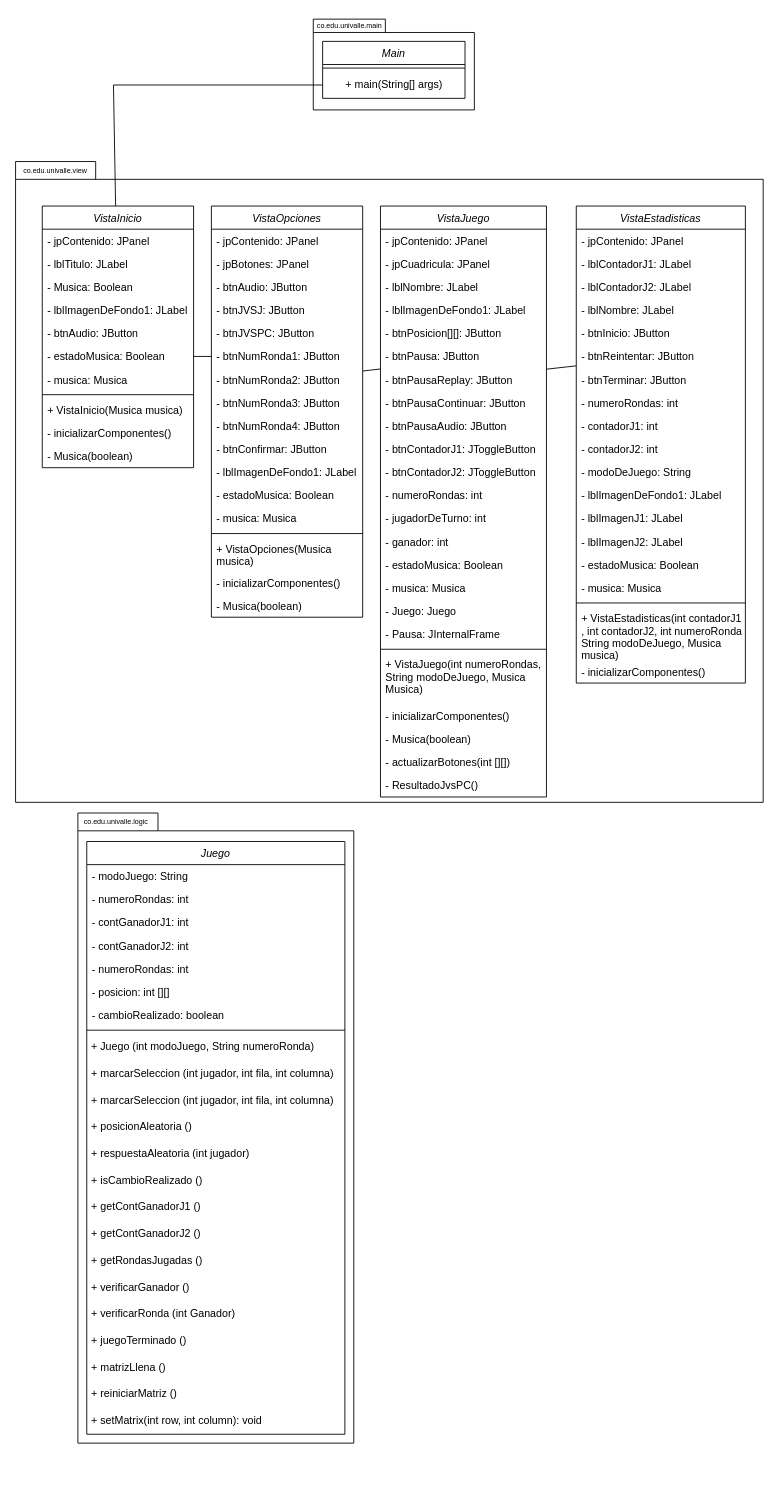
Earlier version of the draw.io diagram Class Diagram - MiniProyecto2FPOE.drawio (puyojulian/MiniProyecto2FPOE). Source tidied: cells renumbered, new cells numbered last; positions are measured from the earlier drawing's top-left corner, leaving out a move shared by most shapes. Both pictures are drawn from the tidied source at 89%, with x=0, y=0 at pixel (15, 15).
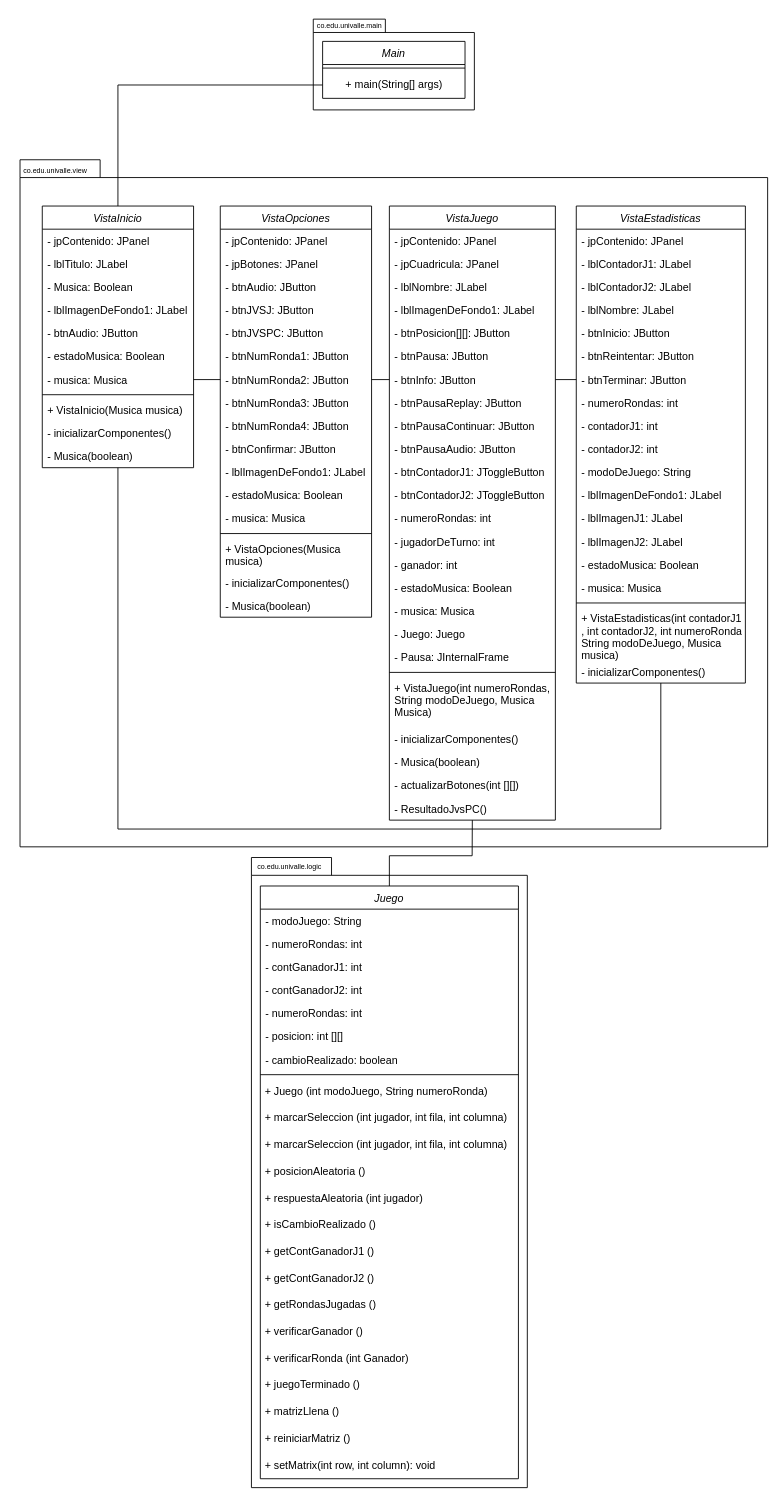
The same page after the edit.

Commit message:
btnInfo Agregado, conexión entre clases especificada.

The change refers to these unchanged cells:
```xml
<mxCell id="7" value="+ main(String[] args)" style="text;html=1;align=center;verticalAlign=middle;points=[];strokeColor=none;fillColor=none;" parent="5" vertex="1">
  <mxGeometry y="34" width="160" height="30" as="geometry" />
</mxCell>
<mxCell id="14" value="- btnNumRonda1: JButton" style="text;align=left;verticalAlign=top;spacingLeft=4;spacingRight=4;overflow=hidden;points=[[0,0.5],[1,0.5]];portConstraint=eastwest;rounded=0;shadow=0;html=0;" parent="8" vertex="1">
  <mxGeometry y="156" width="170" height="26" as="geometry" />
</mxCell>
<mxCell id="15" value="- btnNumRonda2: JButton" style="text;align=left;verticalAlign=top;spacingLeft=4;spacingRight=4;overflow=hidden;points=[[0,0.5],[1,0.5]];portConstraint=eastwest;rounded=0;shadow=0;html=0;" parent="8" vertex="1">
  <mxGeometry y="182" width="170" height="26" as="geometry" />
</mxCell>
<mxCell id="50" value="VistaInicio" style="swimlane;fontStyle=2;align=center;verticalAlign=top;horizontal=1;startSize=26;rounded=0;shadow=0;strokeWidth=1;" parent="1" vertex="1">
  <mxGeometry x="30" y="214" width="170" height="294" as="geometry" />
</mxCell>
<mxCell id="56" value="- estadoMusica: Boolean" style="text;align=left;verticalAlign=top;spacingLeft=4;spacingRight=4;overflow=hidden;points=[[0,0.5],[1,0.5]];portConstraint=eastwest;rounded=0;shadow=0;html=0;" parent="50" vertex="1">
  <mxGeometry y="156" width="170" height="26" as="geometry" />
</mxCell>
<mxCell id="57" value="- musica: Musica" style="text;align=left;verticalAlign=top;spacingLeft=4;spacingRight=4;overflow=hidden;points=[[0,0.5],[1,0.5]];portConstraint=eastwest;rounded=0;shadow=0;html=0;" parent="50" vertex="1">
  <mxGeometry y="182" width="170" height="26" as="geometry" />
</mxCell>
<mxCell id="61" value="- Musica(boolean)" style="text;align=left;verticalAlign=top;spacingLeft=4;spacingRight=4;overflow=hidden;points=[[0,0.5],[1,0.5]];portConstraint=eastwest;" parent="50" vertex="1">
  <mxGeometry y="268" width="170" height="26" as="geometry" />
</mxCell>
<mxCell id="98" value="- btnReintentar: JButton" style="text;align=left;verticalAlign=top;spacingLeft=4;spacingRight=4;overflow=hidden;points=[[0,0.5],[1,0.5]];portConstraint=eastwest;rounded=0;shadow=0;html=0;" parent="92" vertex="1">
  <mxGeometry y="156" width="190" height="26" as="geometry" />
</mxCell>
<mxCell id="99" value="- btnTerminar: JButton" style="text;align=left;verticalAlign=top;spacingLeft=4;spacingRight=4;overflow=hidden;points=[[0,0.5],[1,0.5]];portConstraint=eastwest;rounded=0;shadow=0;html=0;" parent="92" vertex="1">
  <mxGeometry y="182" width="190" height="26" as="geometry" />
</mxCell>
<mxCell id="111" value="- inicializarComponentes()" style="text;align=left;verticalAlign=top;spacingLeft=4;spacingRight=4;overflow=hidden;points=[[0,0.5],[1,0.5]];portConstraint=eastwest;" parent="92" vertex="1">
  <mxGeometry y="510" width="190" height="26" as="geometry" />
</mxCell>
```

Diff of the diagram source:
```diff
@@
     <mxCell id="3" style="shape=folder;fontStyle=1;spacingTop=10;tabWidth=90;tabHeight=20;tabPosition=left;html=1;whiteSpace=wrap;" parent="1" vertex="1">
-      <mxGeometry x="70" y="896" width="310" height="708" as="geometry" />
+      <mxGeometry x="265" y="946" width="310" height="708" as="geometry" />
     </mxCell>
     <mxCell id="4" style="shape=folder;fontStyle=1;spacingTop=10;tabWidth=90;tabHeight=20;tabPosition=left;html=1;whiteSpace=wrap;" parent="1" vertex="1">
-      <mxGeometry y="164" width="840" height="720" as="geometry" />
+      <mxGeometry x="5" y="162" width="840" height="772" as="geometry" />
     </mxCell>
@@
     <mxCell id="8" value="VistaOpciones" style="swimlane;fontStyle=2;align=center;verticalAlign=top;horizontal=1;startSize=26;rounded=0;shadow=0;strokeWidth=1;" parent="1" vertex="1">
-      <mxGeometry x="220" y="214" width="170" height="462" as="geometry" />
+      <mxGeometry x="230" y="214" width="170" height="462" as="geometry" />
     </mxCell>
@@
     <mxCell id="26" value="Juego" style="swimlane;fontStyle=2;align=center;verticalAlign=top;horizontal=1;startSize=26;rounded=0;shadow=0;strokeWidth=1;" parent="1" vertex="1">
-      <mxGeometry x="80" y="928" width="290" height="666" as="geometry" />
+      <mxGeometry x="275" y="978" width="290" height="666" as="geometry" />
     </mxCell>
@@
     <mxCell id="62" value="VistaJuego" style="swimlane;fontStyle=2;align=center;verticalAlign=top;horizontal=1;startSize=26;rounded=0;shadow=0;strokeWidth=1;" parent="1" vertex="1">
-      <mxGeometry x="410" y="214" width="186.5" height="664" as="geometry" />
+      <mxGeometry x="420" y="214" width="186.5" height="690" as="geometry" />
     </mxCell>
@@
+    <mxCell id="115" value="- btnInfo: JButton" style="text;align=left;verticalAlign=top;spacingLeft=4;spacingRight=4;overflow=hidden;points=[[0,0.5],[1,0.5]];portConstraint=eastwest;rounded=0;shadow=0;html=0;" parent="62" vertex="1">
+      <mxGeometry y="182" width="186.5" height="26" as="geometry" />
+    </mxCell>
     <mxCell id="69" value="- btnPausaReplay: JButton" style="text;align=left;verticalAlign=top;spacingLeft=4;spacingRight=4;overflow=hidden;rounded=0;shadow=0;html=0;" parent="62" vertex="1">
-      <mxGeometry y="182" width="186.5" height="26" as="geometry" />
+      <mxGeometry y="208" width="186.5" height="26" as="geometry" />
     </mxCell>
     <mxCell id="70" value="- btnPausaContinuar: JButton" style="text;align=left;verticalAlign=top;spacingLeft=4;spacingRight=4;overflow=hidden;rounded=0;shadow=0;html=0;" parent="62" vertex="1">
-      <mxGeometry y="208" width="186.5" height="26" as="geometry" />
+      <mxGeometry y="234" width="186.5" height="26" as="geometry" />
     </mxCell>
     <mxCell id="71" value="- btnPausaAudio: JButton" style="text;align=left;verticalAlign=top;spacingLeft=4;spacingRight=4;overflow=hidden;rounded=0;shadow=0;html=0;" parent="62" vertex="1">
-      <mxGeometry y="234" width="186.5" height="26" as="geometry" />
+      <mxGeometry y="260" width="186.5" height="26" as="geometry" />
     </mxCell>
     <mxCell id="72" value="- btnContadorJ1: JToggleButton" style="text;align=left;verticalAlign=top;spacingLeft=4;spacingRight=4;overflow=hidden;" parent="62" vertex="1">
-      <mxGeometry y="260" width="186.5" height="26" as="geometry" />
+      <mxGeometry y="286" width="186.5" height="26" as="geometry" />
     </mxCell>
     <mxCell id="73" value="- btnContadorJ2: JToggleButton" style="text;align=left;verticalAlign=top;spacingLeft=4;spacingRight=4;overflow=hidden;" parent="62" vertex="1">
-      <mxGeometry y="286" width="186.5" height="26" as="geometry" />
+      <mxGeometry y="312" width="186.5" height="26" as="geometry" />
     </mxCell>
     <mxCell id="74" value="- numeroRondas: int" style="text;align=left;verticalAlign=top;spacingLeft=4;spacingRight=4;overflow=hidden;" parent="62" vertex="1">
-      <mxGeometry y="312" width="186.5" height="26" as="geometry" />
+      <mxGeometry y="338" width="186.5" height="26" as="geometry" />
     </mxCell>
     <mxCell id="75" value="- jugadorDeTurno: int" style="text;align=left;verticalAlign=top;spacingLeft=4;spacingRight=4;overflow=hidden;" parent="62" vertex="1">
-      <mxGeometry y="338" width="186.5" height="26" as="geometry" />
+      <mxGeometry y="364" width="186.5" height="26" as="geometry" />
     </mxCell>
     <mxCell id="76" value="- ganador: int" style="text;align=left;verticalAlign=top;spacingLeft=4;spacingRight=4;overflow=hidden;" parent="62" vertex="1">
-      <mxGeometry y="364" width="186.5" height="26" as="geometry" />
+      <mxGeometry y="390" width="186.5" height="26" as="geometry" />
     </mxCell>
     <mxCell id="77" value="- estadoMusica: Boolean" style="text;align=left;verticalAlign=top;spacingLeft=4;spacingRight=4;overflow=hidden;rounded=0;shadow=0;html=0;" parent="62" vertex="1">
-      <mxGeometry y="390" width="186.5" height="26" as="geometry" />
+      <mxGeometry y="416" width="186.5" height="26" as="geometry" />
     </mxCell>
     <mxCell id="78" value="- musica: Musica" style="text;align=left;verticalAlign=top;spacingLeft=4;spacingRight=4;overflow=hidden;rounded=0;shadow=0;html=0;" parent="62" vertex="1">
-      <mxGeometry y="416" width="186.5" height="26" as="geometry" />
+      <mxGeometry y="442" width="186.5" height="26" as="geometry" />
     </mxCell>
     <mxCell id="79" value="- Juego: Juego" style="text;align=left;verticalAlign=top;spacingLeft=4;spacingRight=4;overflow=hidden;rounded=0;shadow=0;html=0;" parent="62" vertex="1">
-      <mxGeometry y="442" width="186.5" height="26" as="geometry" />
+      <mxGeometry y="468" width="186.5" height="26" as="geometry" />
     </mxCell>
     <mxCell id="80" value="- Pausa: JInternalFrame" style="text;align=left;verticalAlign=top;spacingLeft=4;spacingRight=4;overflow=hidden;rounded=0;shadow=0;html=0;" parent="62" vertex="1">
-      <mxGeometry y="468" width="186.5" height="26" as="geometry" />
+      <mxGeometry y="494" width="186.5" height="26" as="geometry" />
     </mxCell>
     <mxCell id="81" style="line;html=1;strokeWidth=1;align=left;verticalAlign=middle;spacingTop=-1;spacingLeft=3;spacingRight=3;labelPosition=right;" parent="62" vertex="1">
-      <mxGeometry y="494" width="186.5" height="8" as="geometry" />
+      <mxGeometry y="520" width="186.5" height="8" as="geometry" />
     </mxCell>
     <mxCell id="82" value="+ VistaJuego(int numeroRondas,&#10;String modoDeJuego, Musica&#10;Musica)" style="text;align=left;verticalAlign=top;spacingLeft=4;spacingRight=4;overflow=hidden;" parent="62" vertex="1">
-      <mxGeometry y="502" width="186.5" height="58" as="geometry" />
+      <mxGeometry y="528" width="186.5" height="58" as="geometry" />
     </mxCell>
     <mxCell id="83" value="- inicializarComponentes()" style="text;align=left;verticalAlign=top;spacingLeft=4;spacingRight=4;overflow=hidden;" parent="62" vertex="1">
-      <mxGeometry y="560" width="186.5" height="26" as="geometry" />
+      <mxGeometry y="586" width="186.5" height="26" as="geometry" />
     </mxCell>
     <mxCell id="84" value="- Musica(boolean)" style="text;align=left;verticalAlign=top;spacingLeft=4;spacingRight=4;overflow=hidden;" parent="62" vertex="1">
-      <mxGeometry y="586" width="186.5" height="26" as="geometry" />
+      <mxGeometry y="612" width="186.5" height="26" as="geometry" />
     </mxCell>
     <mxCell id="85" value="- actualizarBotones(int [][])" style="text;align=left;verticalAlign=top;spacingLeft=4;spacingRight=4;overflow=hidden;" parent="62" vertex="1">
-      <mxGeometry y="612" width="186.5" height="26" as="geometry" />
+      <mxGeometry y="638" width="186.5" height="26" as="geometry" />
     </mxCell>
     <mxCell id="86" value="- ResultadoJvsPC()" style="text;align=left;verticalAlign=top;spacingLeft=4;spacingRight=4;overflow=hidden;points=[[0,0.5],[1,0.5]];portConstraint=eastwest;" parent="62" vertex="1">
-      <mxGeometry y="638" width="186.5" height="26" as="geometry" />
+      <mxGeometry y="664" width="186.5" height="26" as="geometry" />
     </mxCell>
     <mxCell id="87" value="&lt;font style=&quot;font-size: 8px;&quot;&gt;co.edu.univalle.logic&lt;/font&gt;" style="text;html=1;align=left;verticalAlign=bottom;strokeColor=none;fillColor=none;fontSize=8;" parent="1" vertex="1">
-      <mxGeometry x="75" y="894" width="100" height="20" as="geometry" />
+      <mxGeometry x="270" y="944" width="100" height="20" as="geometry" />
     </mxCell>
@@
     <mxCell id="91" style="endArrow=none;html=1;rounded=0;" parent="1" edge="1" source="50" target="7">
       <mxGeometry relative="1" as="geometry">
         <Array as="points">
-          <mxPoint x="110" y="78" />
+          <mxPoint x="115" y="78" />
         </Array>
       </mxGeometry>
     </mxCell>
@@
-    <mxCell id="112" style="endArrow=none;html=1;rounded=0;exitX=1;exitY=0.5;exitDx=0;exitDy=0;entryX=0;entryY=0.5;entryDx=0;entryDy=0;" parent="1" edge="1" source="56" target="14">
+    <mxCell id="112" style="endArrow=none;html=1;rounded=0;" parent="1" edge="1" source="57" target="15">
       <mxGeometry relative="1" as="geometry" />
     </mxCell>
-    <mxCell id="113" style="endArrow=none;html=1;rounded=0;" parent="1" edge="1" source="15">
-      <mxGeometry relative="1" as="geometry">
-        <mxPoint x="410" y="397.1" as="targetPoint" />
-      </mxGeometry>
+    <mxCell id="113" style="endArrow=none;html=1;rounded=0;" parent="1" edge="1" source="15" target="115">
+      <mxGeometry relative="1" as="geometry" />
     </mxCell>
-    <mxCell id="114" style="endArrow=none;html=1;rounded=0;" parent="1" edge="1" target="98">
-      <mxGeometry relative="1" as="geometry">
-        <mxPoint x="596.5" y="397.3" as="sourcePoint" />
-      </mxGeometry>
+    <mxCell id="114" style="endArrow=none;html=1;rounded=0;" parent="1" edge="1" source="115" target="99">
+      <mxGeometry relative="1" as="geometry" />
     </mxCell>
+    <mxCell id="116" style="endArrow=none;html=1;rounded=0;" parent="1" edge="1" source="26" target="86">
+      <mxGeometry relative="1" as="geometry">
+        <Array as="points">
+          <mxPoint x="420" y="944" />
+          <mxPoint x="513" y="944" />
+        </Array>
+      </mxGeometry>
+    </mxCell>
+    <mxCell id="117" style="endArrow=none;html=1;rounded=0;" parent="1" edge="1" source="61" target="111">
+      <mxGeometry relative="1" as="geometry">
+        <Array as="points">
+          <mxPoint x="115" y="914" />
+          <mxPoint x="725" y="914" />
+        </Array>
+      </mxGeometry>
+    </mxCell>
```
